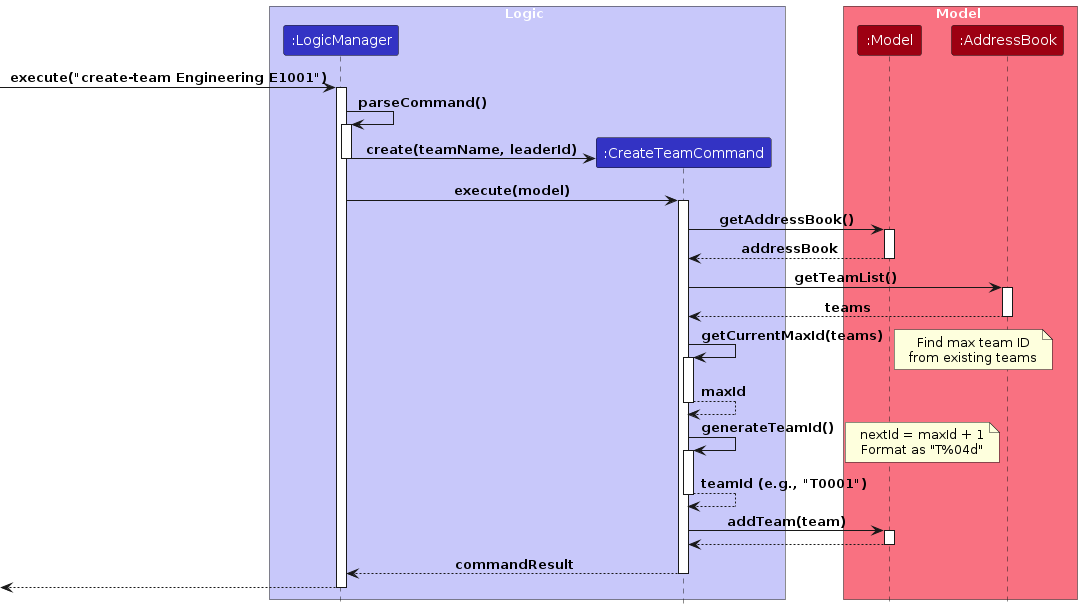
AY2526S1-CS2103-F12-1/tp keeps this PlantUML diagram as diagrams/TeamIdGenerationDiagram.png. Above is the earlier version. Its source is kept beside it as diagrams/TeamIdGenerationDiagram.puml.
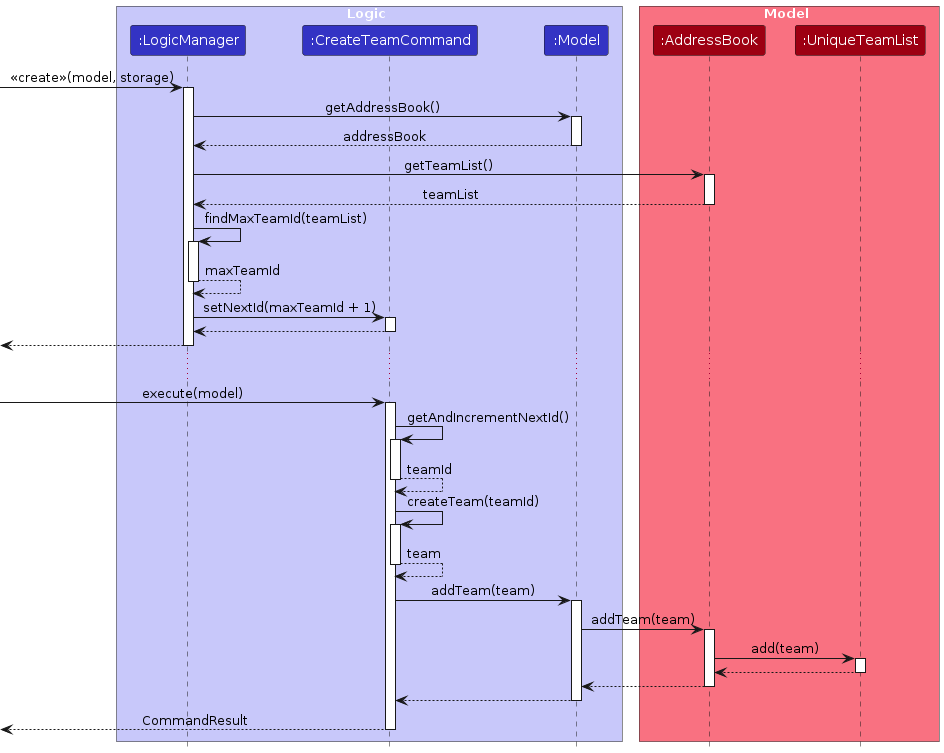
Above is the later version.

Diff of the diagram source:
```diff
@@ -1,58 +1,85 @@
 @startuml
 !include style.puml
+skinparam ArrowFontStyle plain
 
 box Logic LOGIC_COLOR_T1
 participant ":LogicManager" as LogicManager LOGIC_COLOR
 participant ":CreateTeamCommand" as CreateTeamCommand LOGIC_COLOR
+participant ":Model" as Model LOGIC_COLOR
 end box
 
 box Model MODEL_COLOR_T1
-participant ":Model" as Model MODEL_COLOR
 participant ":AddressBook" as AddressBook MODEL_COLOR
+participant ":UniqueTeamList" as TeamList MODEL_COLOR
 end box
 
-[-> LogicManager : execute("create-team Engineering E1001")
+[-> LogicManager : <<create>>(model, storage)
 activate LogicManager
 
-LogicManager -> LogicManager : parseCommand()
+LogicManager -> Model : getAddressBook()
+activate Model
+
+Model --> LogicManager : addressBook
+deactivate Model
+
+LogicManager -> AddressBook : getTeamList()
+activate AddressBook
+
+AddressBook --> LogicManager : teamList
+deactivate AddressBook
+
+LogicManager -> LogicManager : findMaxTeamId(teamList)
 activate LogicManager
-LogicManager -> CreateTeamCommand ** : create(teamName, leaderId)
+
+LogicManager --> LogicManager : maxTeamId
 deactivate LogicManager
 
-LogicManager -> CreateTeamCommand : execute(model)
+LogicManager -> CreateTeamCommand : setNextId(maxTeamId + 1)
 activate CreateTeamCommand
 
-CreateTeamCommand -> Model : getAddressBook()
-activate Model
-Model --> CreateTeamCommand : addressBook
-deactivate Model
-
-CreateTeamCommand -> AddressBook : getTeamList()
-activate AddressBook
-AddressBook --> CreateTeamCommand : teams
-deactivate AddressBook
-
-CreateTeamCommand -> CreateTeamCommand : getCurrentMaxId(teams)
-activate CreateTeamCommand
-note right: Find max team ID\nfrom existing teams
-CreateTeamCommand --> CreateTeamCommand : maxId
-deactivate CreateTeamCommand
-
-CreateTeamCommand -> CreateTeamCommand : generateTeamId()
-activate CreateTeamCommand
-note right: nextId = maxId + 1\nFormat as "T%04d"
-CreateTeamCommand --> CreateTeamCommand : teamId (e.g., "T0001")
-deactivate CreateTeamCommand
-
-CreateTeamCommand -> Model : addTeam(team)
-activate Model
-Model --> CreateTeamCommand
-deactivate Model
-
-CreateTeamCommand --> LogicManager : commandResult
+CreateTeamCommand --> LogicManager
 deactivate CreateTeamCommand
 
 [<-- LogicManager
 deactivate LogicManager
 
+...
+
+[-> CreateTeamCommand : execute(model)
+activate CreateTeamCommand
+
+CreateTeamCommand -> CreateTeamCommand : getAndIncrementNextId()
+activate CreateTeamCommand
+
+
+CreateTeamCommand --> CreateTeamCommand : teamId
+deactivate CreateTeamCommand
+
+CreateTeamCommand -> CreateTeamCommand : createTeam(teamId)
+activate CreateTeamCommand
+
+CreateTeamCommand --> CreateTeamCommand : team
+deactivate CreateTeamCommand
+
+CreateTeamCommand -> Model : addTeam(team)
+activate Model
+
+Model -> AddressBook : addTeam(team)
+activate AddressBook
+
+AddressBook -> TeamList : add(team)
+activate TeamList
+
+TeamList --> AddressBook
+deactivate TeamList
+
+AddressBook --> Model
+deactivate AddressBook
+
+Model --> CreateTeamCommand
+deactivate Model
+
+[<-- CreateTeamCommand : CommandResult
+deactivate CreateTeamCommand
+
 @enduml
```
